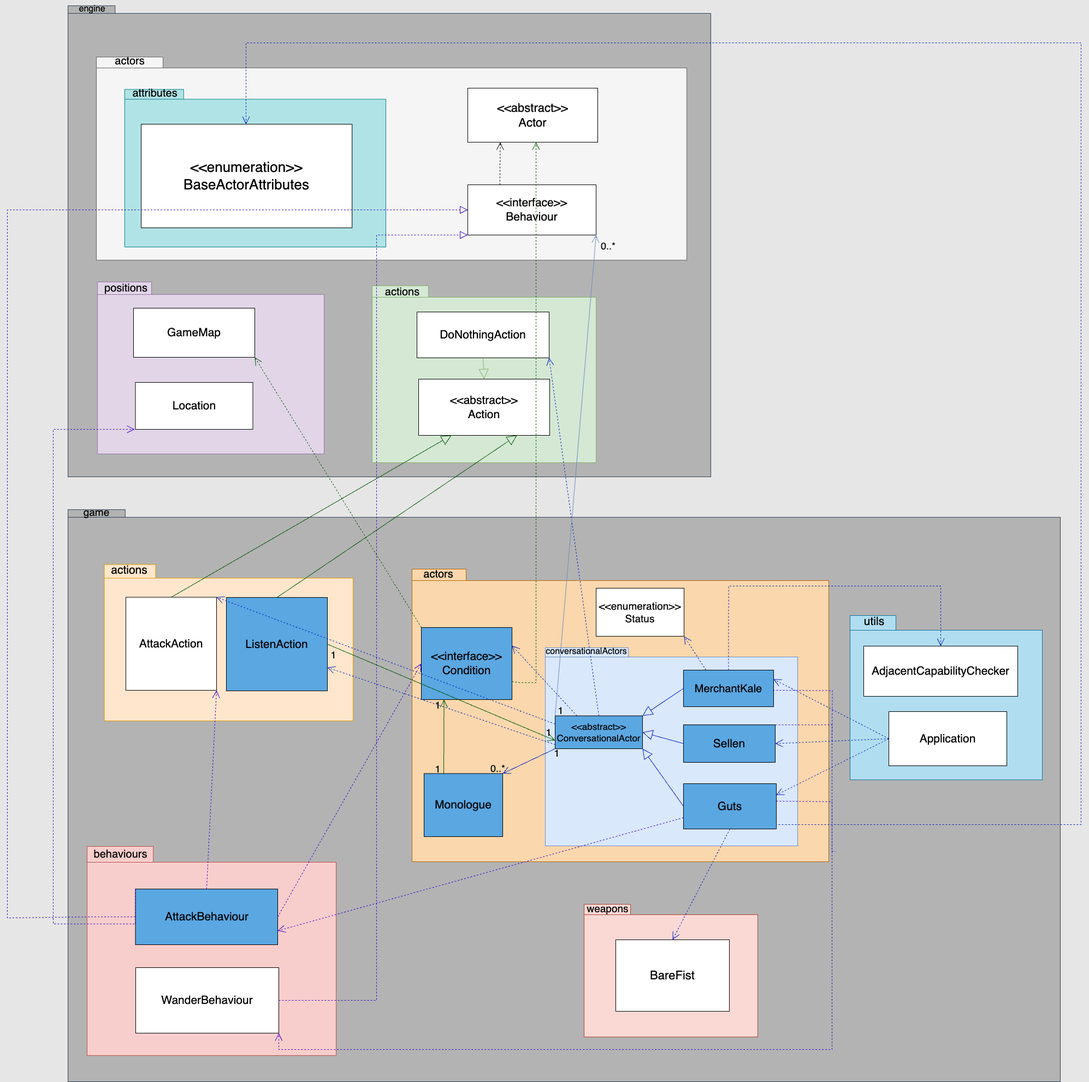
Above: docs/design/assignment2/Req3/REQ3_UML.png in karmay-ong/Elden_Ring_Game (draw.io), before the change. Source tidied: cells renumbered, new cells last; positions are measured from the earlier drawing's top-left corner, leaving out a move shared by most shapes.
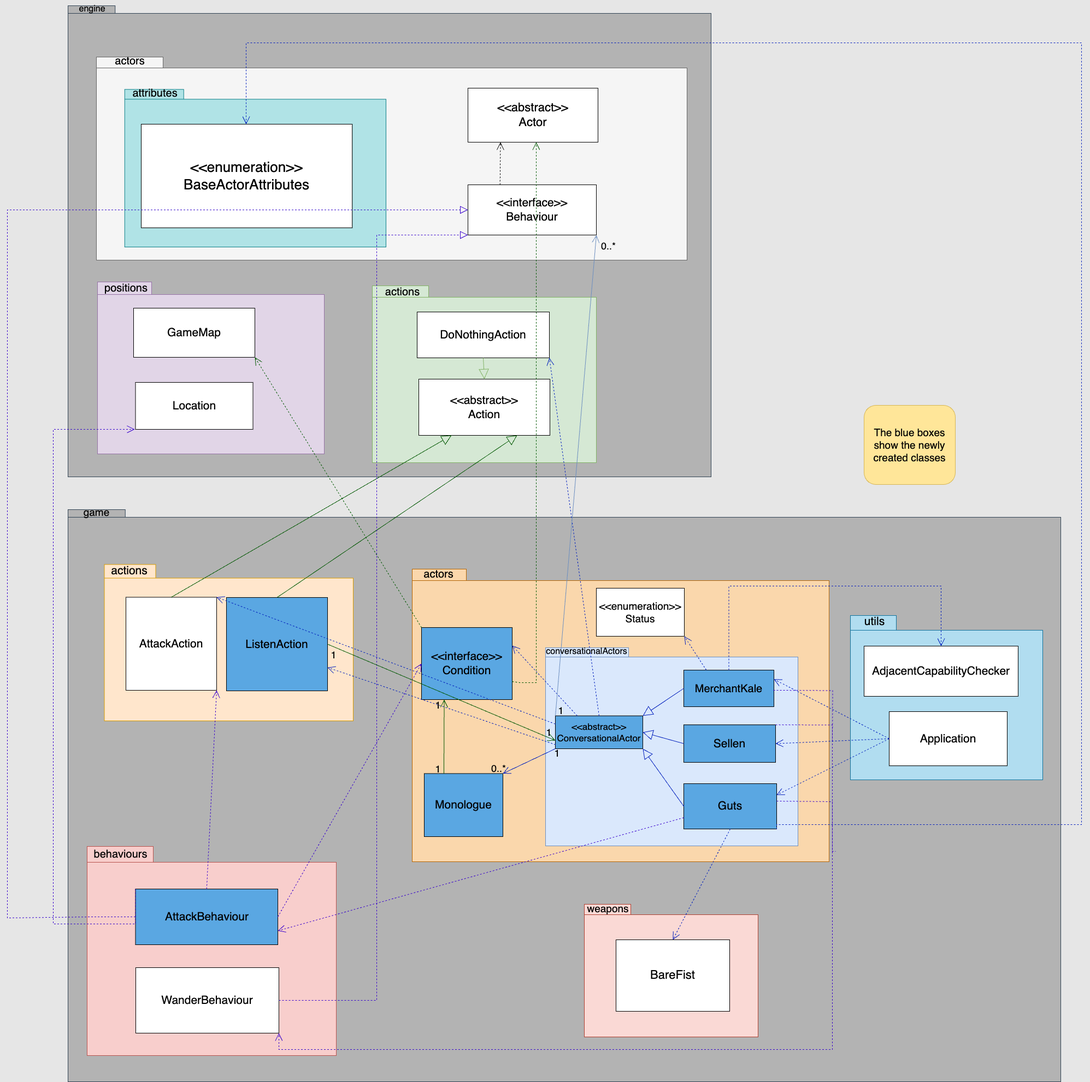
After the commit.

Commit message:
Added a box explanation in UML Diagram

What changed in the source:
```diff
@@ -315,5 +315,8 @@
     <mxCell id="87" style="endArrow=open;endSize=12;dashed=1;html=1;rounded=0;fillColor=#0050ef;strokeColor=#001DBC;exitX=0;exitY=0.5;exitDx=0;exitDy=0;entryX=1;entryY=0.25;entryDx=0;entryDy=0;" parent="1" edge="1" source="75" target="18">
       <mxGeometry relative="1" as="geometry" />
     </mxCell>
+    <mxCell id="88" value="&lt;font style=&quot;font-size: 19px;&quot;&gt;The blue boxes show the newly created classes&lt;/font&gt;" style="rounded=1;whiteSpace=wrap;html=1;fillColor=light-dark(#ffe699, #281d00);strokeColor=#d6b656;" parent="1" vertex="1">
+      <mxGeometry x="1568" y="742" width="167" height="145" as="geometry" />
+    </mxCell>
   </root>
 </mxGraphModel>
```
